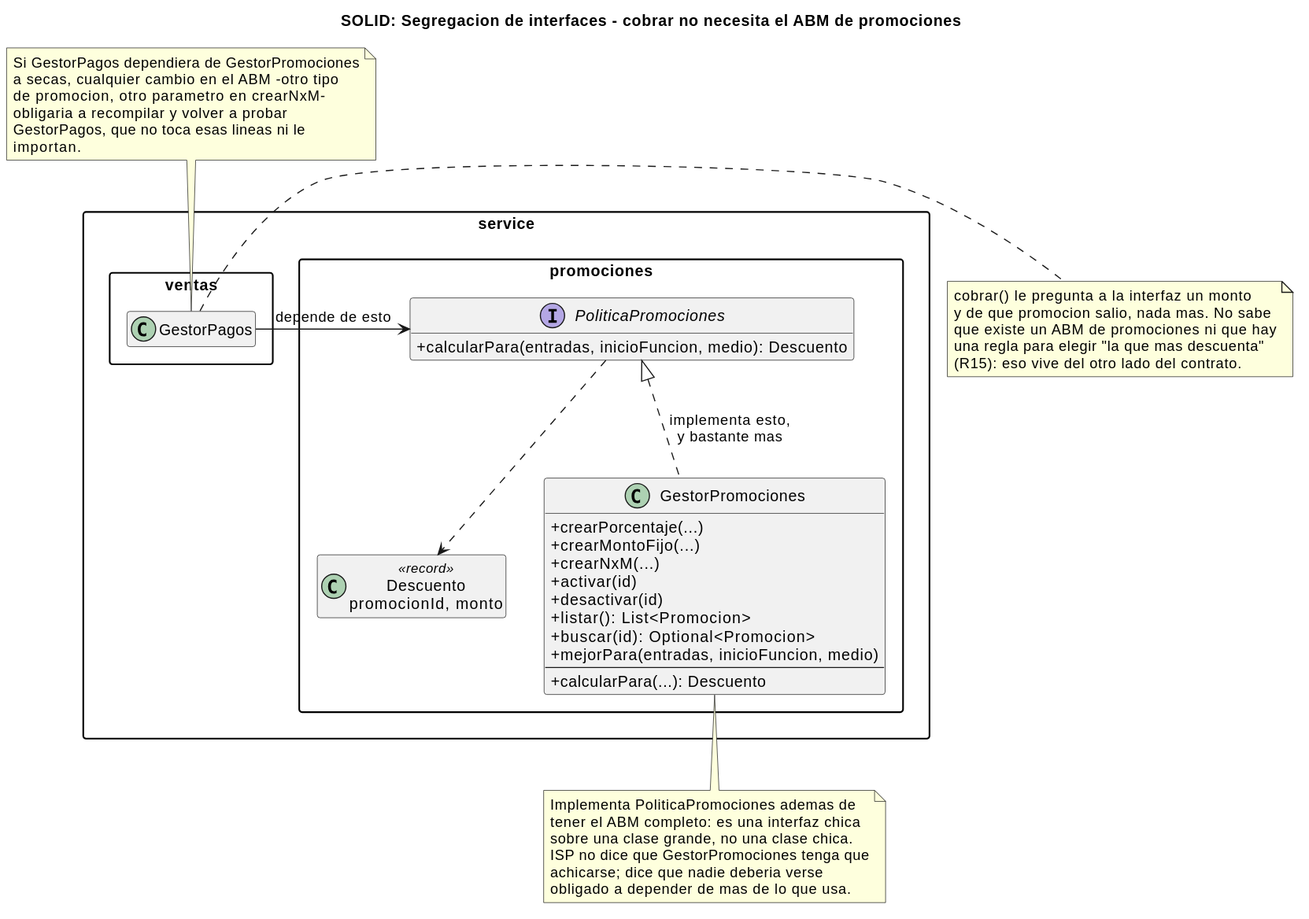
This is _other/docs/diagramas/solid-isp.svg from andreiveisuade/cine-uade, a PlantUML export, as it was before one commit. Source of this version:
```plantuml
@startuml
title SOLID: Segregacion de interfaces - cobrar no necesita el ABM de promociones

skinparam classAttributeIconSize 0
skinparam packageStyle rectangle
hide empty members


package "service.ventas" {
  class GestorPagos
}

package "service.promociones" {
  interface PoliticaPromociones {
    +calcularPara(entradas, inicioFuncion, medio): Descuento
  }
  class "Descuento\npromocionId, monto" as Descuento <<record>>

  class GestorPromociones {
    +crearPorcentaje(...)
    +crearMontoFijo(...)
    +crearNxM(...)
    +activar(id)
    +desactivar(id)
    +listar(): List<Promocion>
    +buscar(id): Optional<Promocion>
    +mejorPara(entradas, inicioFuncion, medio)
    --
    +calcularPara(...): Descuento
  }
}

GestorPagos -right-> PoliticaPromociones : depende de esto
GestorPromociones .up.|> PoliticaPromociones : implementa esto,\ny bastante mas

PoliticaPromociones ..> Descuento

note right of GestorPagos
  cobrar() le pregunta a la interfaz un monto
  y de que promocion salio, nada mas. No sabe
  que existe un ABM de promociones ni que hay
  una regla para elegir "la que mas descuenta"
  (R15): eso vive del otro lado del contrato.
end note

note bottom of GestorPromociones
  Implementa PoliticaPromociones ademas de
  tener el ABM completo: es una interfaz chica
  sobre una clase grande, no una clase chica.
  ISP no dice que GestorPromociones tenga que
  achicarse; dice que nadie deberia verse
  obligado a depender de mas de lo que usa.
end note

note as N1
  Si GestorPagos dependiera de GestorPromociones
  a secas, cualquier cambio en el ABM -otro tipo
  de promocion, otro parametro en crearNxM-
  obligaria a recompilar y volver a probar
  GestorPagos, que no toca esas lineas ni le
  importan.
end note
N1 .. GestorPagos
@enduml
```
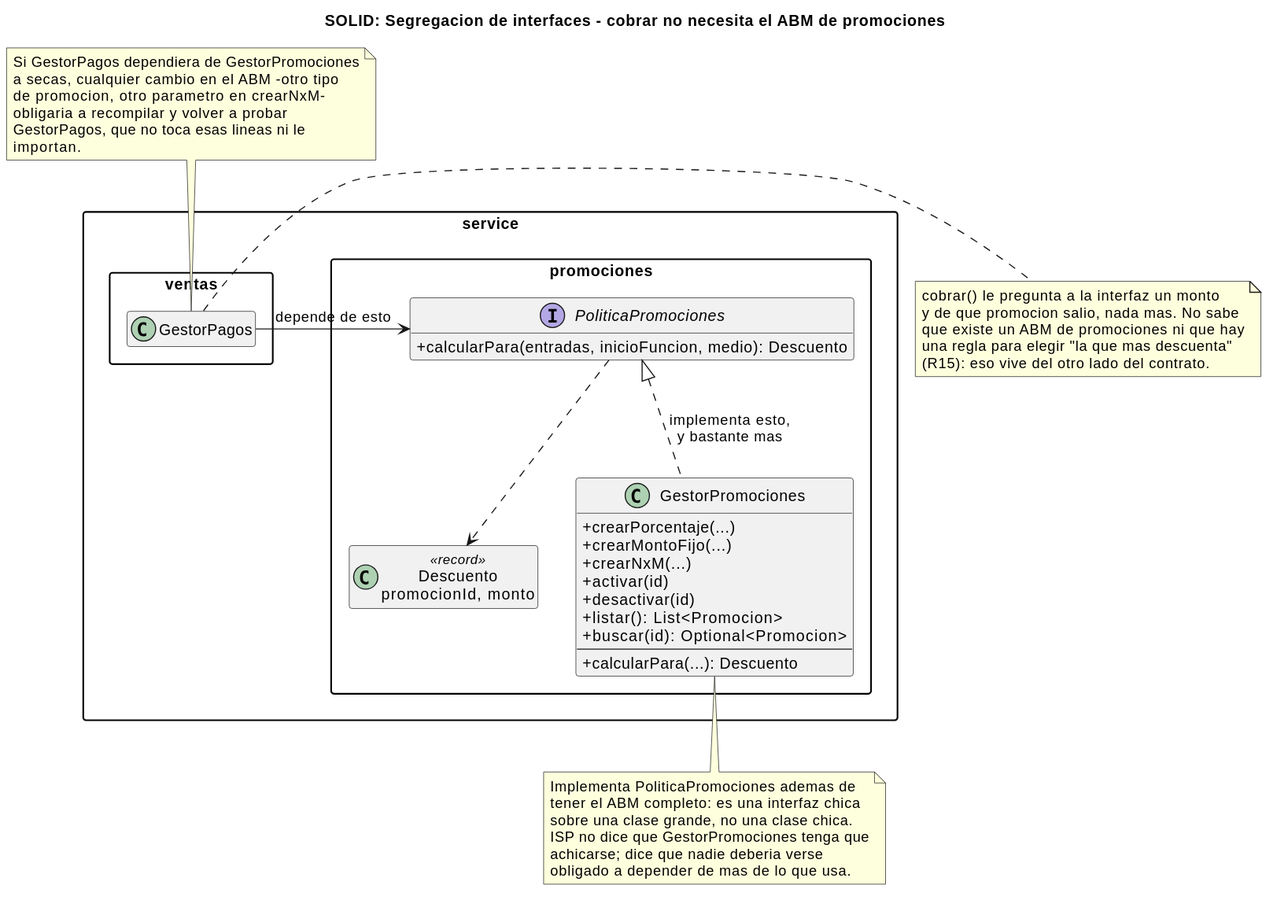
Above is the later version.

What changed in the source:
```diff
@@ -24,7 +24,6 @@
     +desactivar(id)
     +listar(): List<Promocion>
     +buscar(id): Optional<Promocion>
-    +mejorPara(entradas, inicioFuncion, medio)
     --
     +calcularPara(...): Descuento
   }
```
